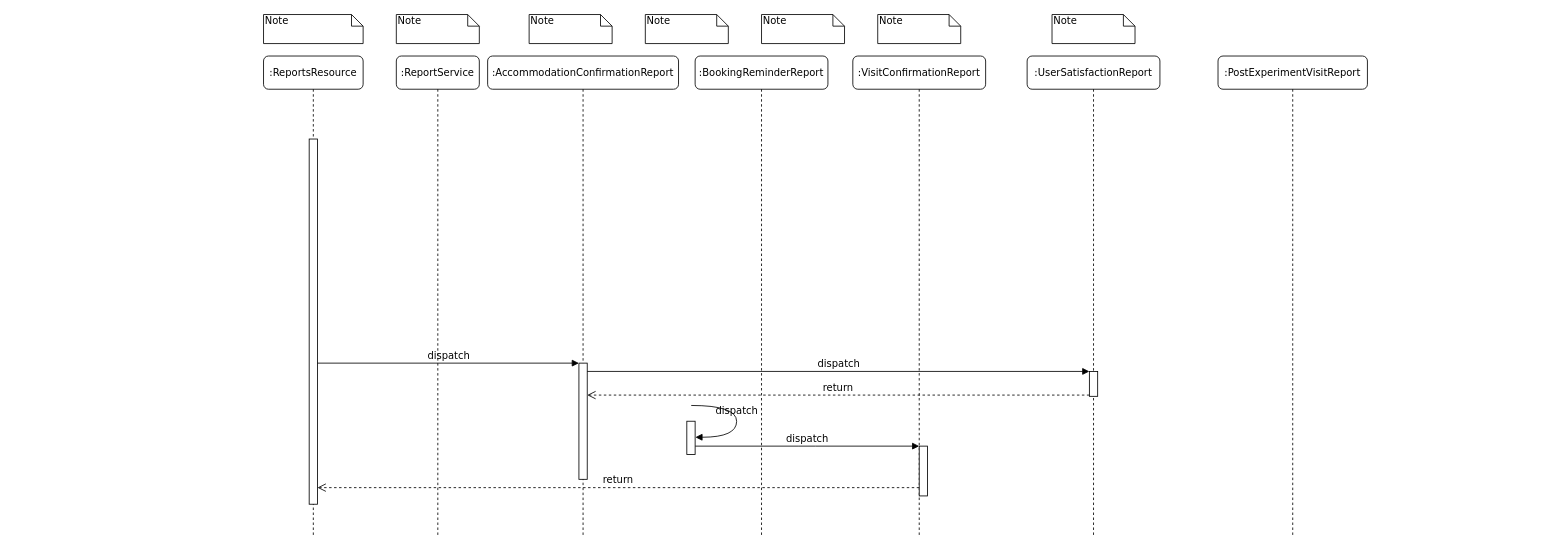
This is Document generation sequence diagram.drawio from ambolt314/FinalProjectDesign, a draw.io file, before an edit. Source tidied: cells renumbered, new cells numbered last; positions are measured from the earlier drawing's top-left corner, leaving out a move shared by most shapes. Both pictures are drawn from the tidied source at 83%, with x=0, y=0 at pixel (263, 14).
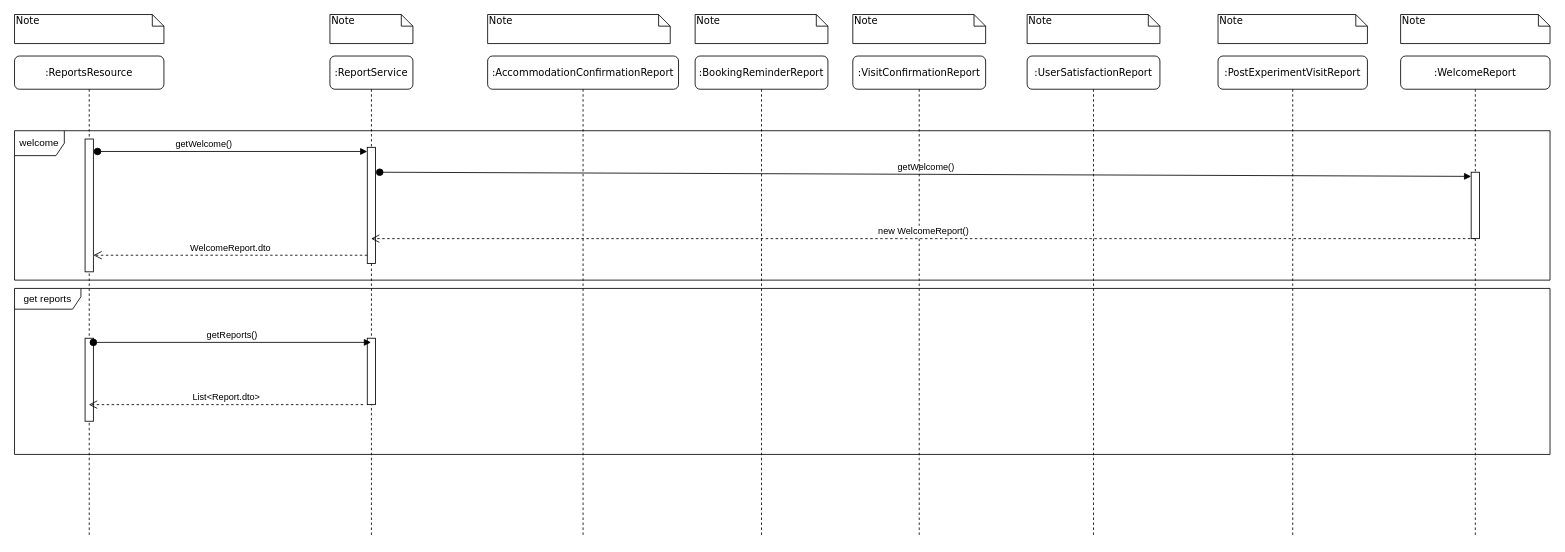
After the change.

The change refers to these unchanged cells:
```xml
<mxCell id="3" value=":AccommodationConfirmationReport" style="shape=umlLifeline;perimeter=lifelinePerimeter;whiteSpace=wrap;html=1;rounded=1;shadow=0;comic=0;labelBackgroundColor=none;strokeWidth=1;fontFamily=Verdana;fontSize=12;align=center;" parent="1" vertex="1">
  <mxGeometry x="270" y="50" width="230" height="580" as="geometry" />
</mxCell>
<mxCell id="7" value=":UserSatisfactionReport" style="shape=umlLifeline;perimeter=lifelinePerimeter;whiteSpace=wrap;html=1;rounded=1;shadow=0;comic=0;labelBackgroundColor=none;strokeWidth=1;fontFamily=Verdana;fontSize=12;align=center;" parent="1" vertex="1">
  <mxGeometry x="920" y="50" width="160" height="580" as="geometry" />
</mxCell>
```

Diff of the diagram source:
```diff
@@
     <mxCell id="2" value=":ReportService" style="shape=umlLifeline;perimeter=lifelinePerimeter;whiteSpace=wrap;html=1;outlineConnect=0;rounded=1;shadow=0;comic=0;labelBackgroundColor=none;strokeWidth=1;fontFamily=Verdana;fontSize=12;align=center;" parent="1" vertex="1">
-      <mxGeometry x="160" y="50" width="100" height="580" as="geometry" />
+      <mxGeometry x="80" y="50" width="100" height="580" as="geometry" />
     </mxCell>
+    <mxCell id="27" style="html=1;points=[[0,0,0,0,5],[0,1,0,0,-5],[1,0,0,0,5],[1,1,0,0,-5]];perimeter=orthogonalPerimeter;outlineConnect=0;targetShapes=umlLifeline;portConstraint=eastwest;newEdgeStyle={&quot;curved&quot;:0,&quot;rounded&quot;:0};" parent="2" vertex="1">
+      <mxGeometry x="45" y="110" width="10" height="140" as="geometry" />
+    </mxCell>
+    <mxCell id="28" value="getWelcome()" style="html=1;verticalAlign=bottom;startArrow=oval;startFill=1;endArrow=block;startSize=8;curved=0;rounded=0;entryX=0;entryY=0;entryDx=0;entryDy=5;entryPerimeter=0;" parent="2" edge="1" target="36">
+      <mxGeometry relative="1" as="geometry">
+        <mxPoint x="60" y="140" as="sourcePoint" />
+      </mxGeometry>
+    </mxCell>
@@
-    <mxCell id="4" style="html=1;points=[];perimeter=orthogonalPerimeter;rounded=0;shadow=0;comic=0;labelBackgroundColor=none;strokeWidth=1;fontFamily=Verdana;fontSize=12;align=center;" parent="3" vertex="1">
-      <mxGeometry x="110" y="370" width="10" height="140" as="geometry" />
-    </mxCell>
@@
-    <mxCell id="8" style="html=1;points=[];perimeter=orthogonalPerimeter;rounded=0;shadow=0;comic=0;labelBackgroundColor=none;strokeColor=#000000;strokeWidth=1;fillColor=#FFFFFF;fontFamily=Verdana;fontSize=12;fontColor=#000000;align=center;" parent="7" vertex="1">
-      <mxGeometry x="75" y="380" width="10" height="30" as="geometry" />
-    </mxCell>
@@
     <mxCell id="10" value=":ReportsResource" style="shape=umlLifeline;perimeter=lifelinePerimeter;whiteSpace=wrap;html=1;outlineConnect=0;rounded=1;shadow=0;comic=0;labelBackgroundColor=none;strokeWidth=1;fontFamily=Verdana;fontSize=12;align=center;" parent="1" vertex="1">
-      <mxGeometry y="50" width="120" height="580" as="geometry" />
+      <mxGeometry x="-300" y="50" width="180" height="580" as="geometry" />
     </mxCell>
     <mxCell id="11" style="html=1;points=[];perimeter=orthogonalPerimeter;rounded=0;shadow=0;comic=0;labelBackgroundColor=none;strokeWidth=1;fontFamily=Verdana;fontSize=12;align=center;" parent="10" vertex="1">
-      <mxGeometry x="55" y="100" width="10" height="440" as="geometry" />
+      <mxGeometry x="85" y="100" width="10" height="160" as="geometry" />
     </mxCell>
-    <mxCell id="12" value="dispatch" style="html=1;verticalAlign=bottom;endArrow=block;entryX=0;entryY=0;labelBackgroundColor=none;fontFamily=Verdana;fontSize=12;" parent="1" edge="1" source="11" target="4">
-      <mxGeometry relative="1" as="geometry" />
-    </mxCell>
-    <mxCell id="13" value="dispatch" style="html=1;verticalAlign=bottom;endArrow=block;entryX=0;entryY=0;labelBackgroundColor=none;fontFamily=Verdana;fontSize=12;" parent="1" edge="1" source="4" target="8">
-      <mxGeometry relative="1" as="geometry" />
-    </mxCell>
-    <mxCell id="14" value="return" style="html=1;verticalAlign=bottom;endArrow=open;dashed=1;endSize=8;exitX=0;exitY=0.95;labelBackgroundColor=none;fontFamily=Verdana;fontSize=12;" parent="1" edge="1" source="8" target="4">
-      <mxGeometry relative="1" as="geometry" />
-    </mxCell>
-    <mxCell id="15" style="html=1;points=[];perimeter=orthogonalPerimeter;rounded=0;shadow=0;comic=0;labelBackgroundColor=none;strokeWidth=1;fontFamily=Verdana;fontSize=12;align=center;" parent="1" vertex="1">
-      <mxGeometry x="790" y="520" width="10" height="60" as="geometry" />
-    </mxCell>
-    <mxCell id="16" value="dispatch" style="html=1;verticalAlign=bottom;endArrow=block;entryX=0;entryY=0;labelBackgroundColor=none;fontFamily=Verdana;fontSize=12;edgeStyle=elbowEdgeStyle;elbow=vertical;" parent="1" edge="1" source="18" target="15">
-      <mxGeometry relative="1" as="geometry" />
-    </mxCell>
-    <mxCell id="17" value="return" style="html=1;verticalAlign=bottom;endArrow=open;dashed=1;endSize=8;labelBackgroundColor=none;fontFamily=Verdana;fontSize=12;edgeStyle=elbowEdgeStyle;elbow=vertical;" parent="1" edge="1" source="15" target="11">
-      <mxGeometry relative="1" as="geometry">
-        <Array as="points">
-          <mxPoint x="490" y="570" />
-        </Array>
-      </mxGeometry>
-    </mxCell>
-    <mxCell id="18" style="html=1;points=[];perimeter=orthogonalPerimeter;rounded=0;shadow=0;comic=0;labelBackgroundColor=none;strokeWidth=1;fontFamily=Verdana;fontSize=12;align=center;" parent="1" vertex="1">
-      <mxGeometry x="510" y="490" width="10" height="40" as="geometry" />
-    </mxCell>
-    <mxCell id="19" value="dispatch" style="html=1;verticalAlign=bottom;endArrow=block;labelBackgroundColor=none;fontFamily=Verdana;fontSize=12;elbow=vertical;edgeStyle=orthogonalEdgeStyle;curved=1;entryX=1;entryY=0.286;entryPerimeter=0;exitX=1.038;exitY=0.345;exitPerimeter=0;" parent="1" edge="1">
-      <mxGeometry relative="1" as="geometry">
-        <mxPoint x="515.3" y="471" as="sourcePoint" />
-        <mxPoint x="520.3" y="509.3" as="targetPoint" />
-        <Array as="points">
-          <mxPoint x="570" y="471" />
-          <mxPoint x="570" y="509" />
-        </Array>
-      </mxGeometry>
-    </mxCell>
+    <mxCell id="29" value="welcome" style="shape=umlFrame;whiteSpace=wrap;html=1;" parent="10" vertex="1">
+      <mxGeometry y="90" width="1850" height="180" as="geometry" />
+    </mxCell>
+    <mxCell id="30" value="get reports" style="shape=umlFrame;whiteSpace=wrap;html=1;width=80;height=25;" parent="10" vertex="1">
+      <mxGeometry y="280" width="1850" height="200" as="geometry" />
+    </mxCell>
+    <mxCell id="31" value="WelcomeReport.dto" style="html=1;verticalAlign=bottom;endArrow=open;dashed=1;endSize=8;curved=0;rounded=0;" parent="10" edge="1">
+      <mxGeometry relative="1" as="geometry">
+        <mxPoint x="425" y="240" as="sourcePoint" />
+        <mxPoint x="95" y="240" as="targetPoint" />
+      </mxGeometry>
+    </mxCell>
+    <mxCell id="32" style="html=1;points=[[0,0,0,0,5],[0,1,0,0,-5],[1,0,0,0,5],[1,1,0,0,-5]];perimeter=orthogonalPerimeter;outlineConnect=0;targetShapes=umlLifeline;portConstraint=eastwest;newEdgeStyle={&quot;curved&quot;:0,&quot;rounded&quot;:0};" parent="10" vertex="1">
+      <mxGeometry x="85" y="340" width="10" height="100" as="geometry" />
+    </mxCell>
+    <mxCell id="33" style="html=1;perimeter=orthogonalPerimeter;targetShapes=umlLifeline;newEdgeStyle={&quot;curved&quot;:0,&quot;rounded&quot;:0};" parent="10" vertex="1">
+      <mxGeometry x="425" y="340" width="10" height="80" as="geometry" />
+    </mxCell>
+    <mxCell id="34" value="List&amp;lt;Report.dto&amp;gt;" style="html=1;verticalAlign=bottom;endArrow=open;dashed=1;endSize=8;curved=0;rounded=0;" parent="10" edge="1" target="10">
+      <mxGeometry relative="1" as="geometry">
+        <mxPoint x="420" y="420" as="sourcePoint" />
+      </mxGeometry>
+    </mxCell>
     <mxCell id="20" value="Note" style="shape=note;whiteSpace=wrap;html=1;size=14;verticalAlign=top;align=left;spacingTop=-6;rounded=0;shadow=0;comic=0;labelBackgroundColor=none;strokeWidth=1;fontFamily=Verdana;fontSize=12;" parent="1" vertex="1">
-      <mxGeometry width="120" height="35" as="geometry" />
+      <mxGeometry x="-300" width="180" height="35" as="geometry" />
     </mxCell>
     <mxCell id="21" value="Note" style="shape=note;whiteSpace=wrap;html=1;size=14;verticalAlign=top;align=left;spacingTop=-6;rounded=0;shadow=0;comic=0;labelBackgroundColor=none;strokeWidth=1;fontFamily=Verdana;fontSize=12;" parent="1" vertex="1">
-      <mxGeometry x="160" width="100" height="35" as="geometry" />
+      <mxGeometry x="80" width="100" height="35" as="geometry" />
     </mxCell>
     <mxCell id="22" value="Note" style="shape=note;whiteSpace=wrap;html=1;size=14;verticalAlign=top;align=left;spacingTop=-6;rounded=0;shadow=0;comic=0;labelBackgroundColor=none;strokeWidth=1;fontFamily=Verdana;fontSize=12;" parent="1" vertex="1">
-      <mxGeometry x="320" width="100" height="35" as="geometry" />
+      <mxGeometry x="270" width="220" height="35" as="geometry" />
     </mxCell>
-    <mxCell id="23" value="Note" style="shape=note;whiteSpace=wrap;html=1;size=14;verticalAlign=top;align=left;spacingTop=-6;rounded=0;shadow=0;comic=0;labelBackgroundColor=none;strokeWidth=1;fontFamily=Verdana;fontSize=12;" parent="1" vertex="1">
-      <mxGeometry x="460" width="100" height="35" as="geometry" />
-    </mxCell>
     <mxCell id="24" value="Note" style="shape=note;whiteSpace=wrap;html=1;size=14;verticalAlign=top;align=left;spacingTop=-6;rounded=0;shadow=0;comic=0;labelBackgroundColor=none;strokeWidth=1;fontFamily=Verdana;fontSize=12;" parent="1" vertex="1">
-      <mxGeometry x="600" width="100" height="35" as="geometry" />
+      <mxGeometry x="520" width="160" height="35" as="geometry" />
     </mxCell>
     <mxCell id="25" value="Note" style="shape=note;whiteSpace=wrap;html=1;size=14;verticalAlign=top;align=left;spacingTop=-6;rounded=0;shadow=0;comic=0;labelBackgroundColor=none;strokeWidth=1;fontFamily=Verdana;fontSize=12;" parent="1" vertex="1">
-      <mxGeometry x="740" width="100" height="35" as="geometry" />
+      <mxGeometry x="710" width="160" height="35" as="geometry" />
     </mxCell>
     <mxCell id="26" value="Note" style="shape=note;whiteSpace=wrap;html=1;size=14;verticalAlign=top;align=left;spacingTop=-6;rounded=0;shadow=0;comic=0;labelBackgroundColor=none;strokeWidth=1;fontFamily=Verdana;fontSize=12;" parent="1" vertex="1">
-      <mxGeometry x="950" width="100" height="35" as="geometry" />
+      <mxGeometry x="920" width="160" height="35" as="geometry" />
     </mxCell>
+    <mxCell id="35" value=":WelcomeReport" style="shape=umlLifeline;perimeter=lifelinePerimeter;whiteSpace=wrap;html=1;rounded=1;shadow=0;comic=0;labelBackgroundColor=none;strokeWidth=1;fontFamily=Verdana;fontSize=12;align=center;" parent="1" vertex="1">
+      <mxGeometry x="1370" y="50" width="180" height="580" as="geometry" />
+    </mxCell>
+    <mxCell id="36" style="html=1;points=[[0,0,0,0,5],[0,1,0,0,-5],[1,0,0,0,5],[1,1,0,0,-5]];perimeter=orthogonalPerimeter;outlineConnect=0;targetShapes=umlLifeline;portConstraint=eastwest;newEdgeStyle={&quot;curved&quot;:0,&quot;rounded&quot;:0};" parent="35" vertex="1">
+      <mxGeometry x="85" y="140" width="10" height="80" as="geometry" />
+    </mxCell>
+    <mxCell id="37" value="new WelcomeReport()" style="html=1;verticalAlign=bottom;endArrow=open;dashed=1;endSize=8;curved=0;rounded=0;" parent="35" edge="1" target="2">
+      <mxGeometry relative="1" as="geometry">
+        <mxPoint x="90" y="220" as="sourcePoint" />
+      </mxGeometry>
+    </mxCell>
+    <mxCell id="38" value="getWelcome()" style="html=1;verticalAlign=bottom;startArrow=oval;startFill=1;endArrow=block;startSize=8;curved=0;rounded=0;entryX=0;entryY=0;entryDx=0;entryDy=5;entryPerimeter=0;" parent="1" edge="1" target="27">
+      <mxGeometry x="-0.21" relative="1" as="geometry">
+        <mxPoint x="-200" y="165" as="sourcePoint" />
+      </mxGeometry>
+    </mxCell>
+    <mxCell id="39" value="getReports()" style="html=1;verticalAlign=bottom;startArrow=oval;startFill=1;endArrow=block;startSize=8;curved=0;rounded=0;exitX=1;exitY=0;exitDx=0;exitDy=5;exitPerimeter=0;" parent="1" edge="1" source="32" target="2">
+      <mxGeometry relative="1" as="geometry" />
+    </mxCell>
+    <mxCell id="23" value="Note" style="shape=note;whiteSpace=wrap;html=1;size=14;verticalAlign=top;align=left;spacingTop=-6;rounded=0;shadow=0;comic=0;labelBackgroundColor=none;strokeWidth=1;fontFamily=Verdana;fontSize=12;" parent="1" vertex="1">
+      <mxGeometry x="1370" width="180" height="35" as="geometry" />
+    </mxCell>
+    <mxCell id="40" value="Note" style="shape=note;whiteSpace=wrap;html=1;size=14;verticalAlign=top;align=left;spacingTop=-6;rounded=0;shadow=0;comic=0;labelBackgroundColor=none;strokeWidth=1;fontFamily=Verdana;fontSize=12;" parent="1" vertex="1">
+      <mxGeometry x="1150" width="180" height="35" as="geometry" />
+    </mxCell>
```
